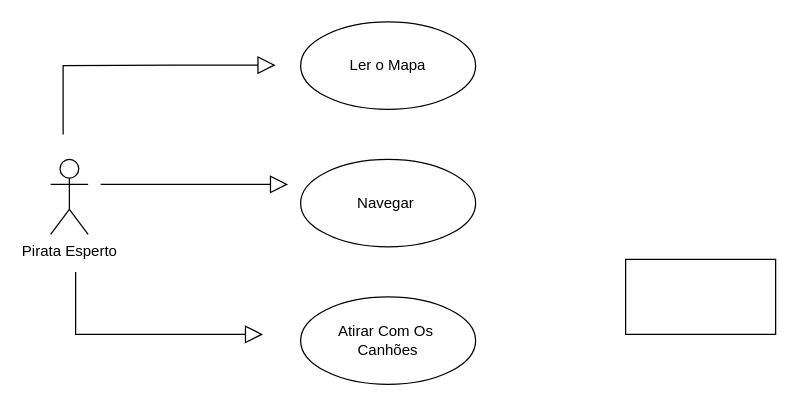
Earlier version of the draw.io diagram Diagrama sem nome.drawio (deschamps10/modelagem_sistemas). Source tidied: cells renumbered, new cells numbered last; positions are measured from the earlier drawing's top-left corner, leaving out a move shared by most shapes. Both pictures are drawn from the tidied source at 125%, with x=0, y=0 at pixel (50, 21).
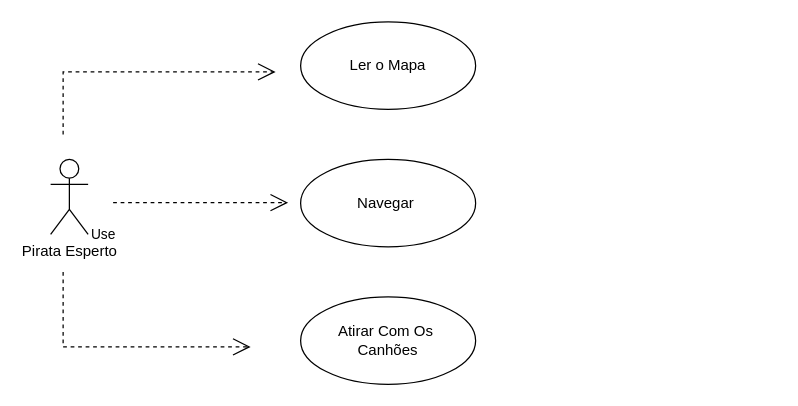
The same diagram, later.

Commit message:
Actualizar Diagrama Deschamps

Change to the diagram source:
```diff
@@
 <mxGraphModel>
   <root>
     <mxCell id="0" />
     <mxCell id="1" parent="0" />
     <mxCell id="2" value="Pirata Esperto&lt;br&gt;&amp;nbsp;" style="shape=umlActor;html=1;verticalLabelPosition=bottom;verticalAlign=top;align=center;" parent="1" vertex="1">
       <mxGeometry y="110" width="30" height="60" as="geometry" />
     </mxCell>
     <mxCell id="3" value="Navegar&amp;nbsp;" style="ellipse;whiteSpace=wrap;html=1;" parent="1" vertex="1">
       <mxGeometry x="200" y="110" width="140" height="70" as="geometry" />
     </mxCell>
-    <mxCell id="4" style="edgeStyle=none;html=1;endArrow=block;endFill=0;endSize=12;verticalAlign=bottom;rounded=0;" parent="1" edge="1">
-      <mxGeometry relative="1" as="geometry">
-        <mxPoint x="80" y="130" as="sourcePoint" />
-        <mxPoint x="190" y="130" as="targetPoint" />
-        <Array as="points">
-          <mxPoint x="40" y="130" />
-        </Array>
-      </mxGeometry>
-    </mxCell>
     <mxCell id="5" value="Atirar Com Os&amp;nbsp;&lt;br&gt;Canhões" style="ellipse;whiteSpace=wrap;html=1;" parent="1" vertex="1">
       <mxGeometry x="200" y="220" width="140" height="70" as="geometry" />
     </mxCell>
-    <mxCell id="6" style="edgeStyle=none;html=1;endArrow=block;endFill=0;endSize=12;verticalAlign=bottom;rounded=0;" parent="1" edge="1">
-      <mxGeometry relative="1" as="geometry">
-        <mxPoint x="20" y="210" as="sourcePoint" />
-        <mxPoint x="170" y="250" as="targetPoint" />
-        <Array as="points">
-          <mxPoint x="20" y="200" />
-          <mxPoint x="20" y="210" />
-          <mxPoint x="20" y="240" />
-          <mxPoint x="20" y="250" />
-        </Array>
-      </mxGeometry>
-    </mxCell>
     <mxCell id="7" value="Ler o Mapa" style="ellipse;whiteSpace=wrap;html=1;" parent="1" vertex="1">
       <mxGeometry x="200" width="140" height="70" as="geometry" />
     </mxCell>
-    <mxCell id="8" style="edgeStyle=none;html=1;endArrow=block;endFill=0;endSize=12;verticalAlign=bottom;rounded=0;" parent="1" edge="1">
-      <mxGeometry relative="1" as="geometry">
-        <mxPoint x="10" y="90" as="sourcePoint" />
-        <mxPoint x="180" y="34.6" as="targetPoint" />
-        <Array as="points">
-          <mxPoint x="10" y="35" />
-          <mxPoint x="100" y="34.6" />
-        </Array>
-      </mxGeometry>
-    </mxCell>
-    <mxCell id="9" style="whiteSpace=wrap;html=1;" parent="1" vertex="1">
-      <mxGeometry x="460" y="190" width="120" height="60" as="geometry" />
-    </mxCell>
+    <mxCell id="10" value="Use" style="endArrow=open;endSize=12;dashed=1;html=1;rounded=0;" parent="1" edge="1">
+      <mxGeometry x="-0.12" y="90" relative="1" as="geometry">
+        <mxPoint x="10" y="200" as="sourcePoint" />
+        <mxPoint x="160" y="260" as="targetPoint" />
+        <Array as="points">
+          <mxPoint x="10" y="260" />
+        </Array>
+      </mxGeometry>
+    </mxCell>
+    <mxCell id="11" style="endArrow=open;endSize=12;dashed=1;html=1;rounded=0;" parent="1" edge="1">
+      <mxGeometry x="-0.12" y="90" relative="1" as="geometry">
+        <mxPoint x="50" y="144.6" as="sourcePoint" />
+        <mxPoint x="190" y="144.6" as="targetPoint" />
+      </mxGeometry>
+    </mxCell>
+    <mxCell id="12" style="endArrow=open;endSize=12;dashed=1;html=1;rounded=0;" parent="1" edge="1">
+      <mxGeometry x="-0.12" y="90" relative="1" as="geometry">
+        <mxPoint x="10" y="90" as="sourcePoint" />
+        <mxPoint x="180" y="40" as="targetPoint" />
+        <Array as="points">
+          <mxPoint x="10" y="40" />
+        </Array>
+      </mxGeometry>
+    </mxCell>
   </root>
 </mxGraphModel>
```
